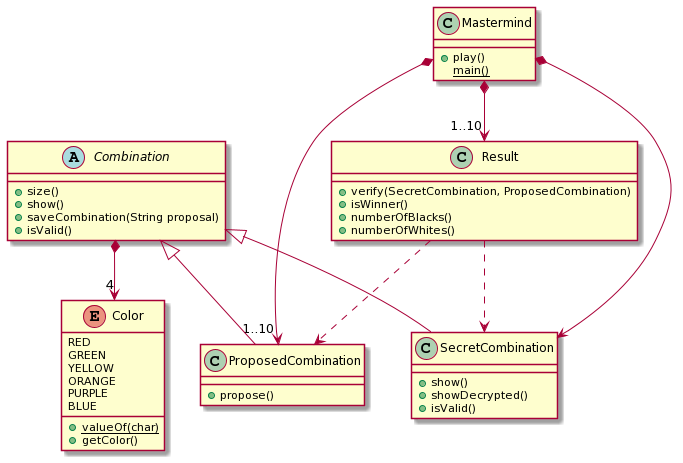
Master-Desarrollo-20-21/ejercicio-1-relaciones-entre-clases-ajsinoga keeps this PlantUML diagram as Mastermind.png. Above is the earlier version.
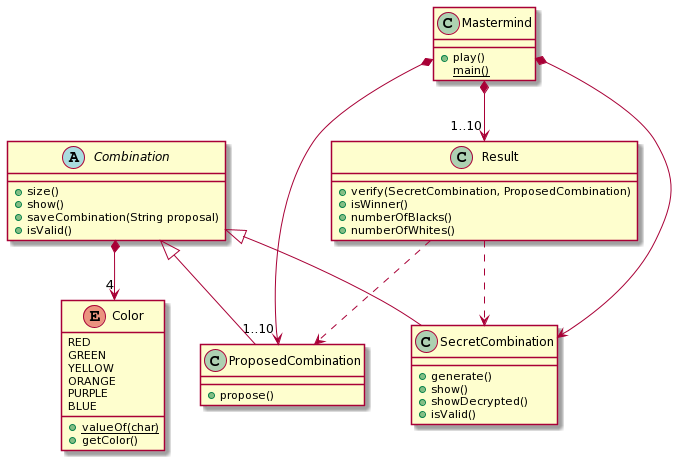
After the commit.

Commit message:
Método generate público

Change to the diagram source:
```diff
@@ -9,6 +9,7 @@
 Mastermind *-down-> SecretCombination
 class SecretCombination
 {
++generate()
 +show()
 +showDecrypted()
 +isValid()
```
